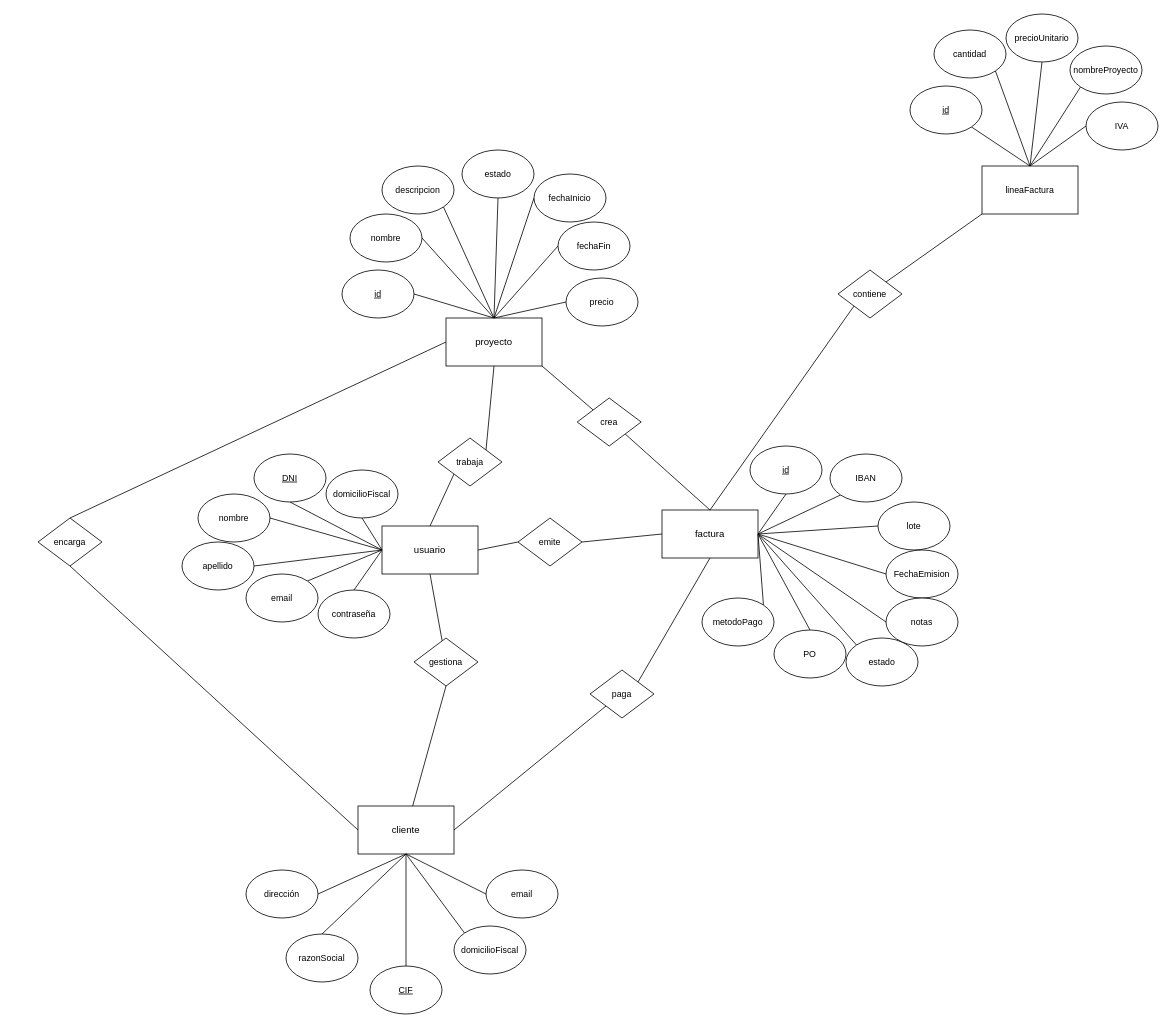
DesSussu/CRUD keeps this draw.io diagram as Diagrama sin título.drawio. Above is the earlier version. Source tidied: cells renumbered, new cells numbered last; positions are measured from the earlier drawing's top-left corner, leaving out a move shared by most shapes. Both pictures are drawn from the tidied source at 80%, with x=0, y=0 at pixel (38, 14).
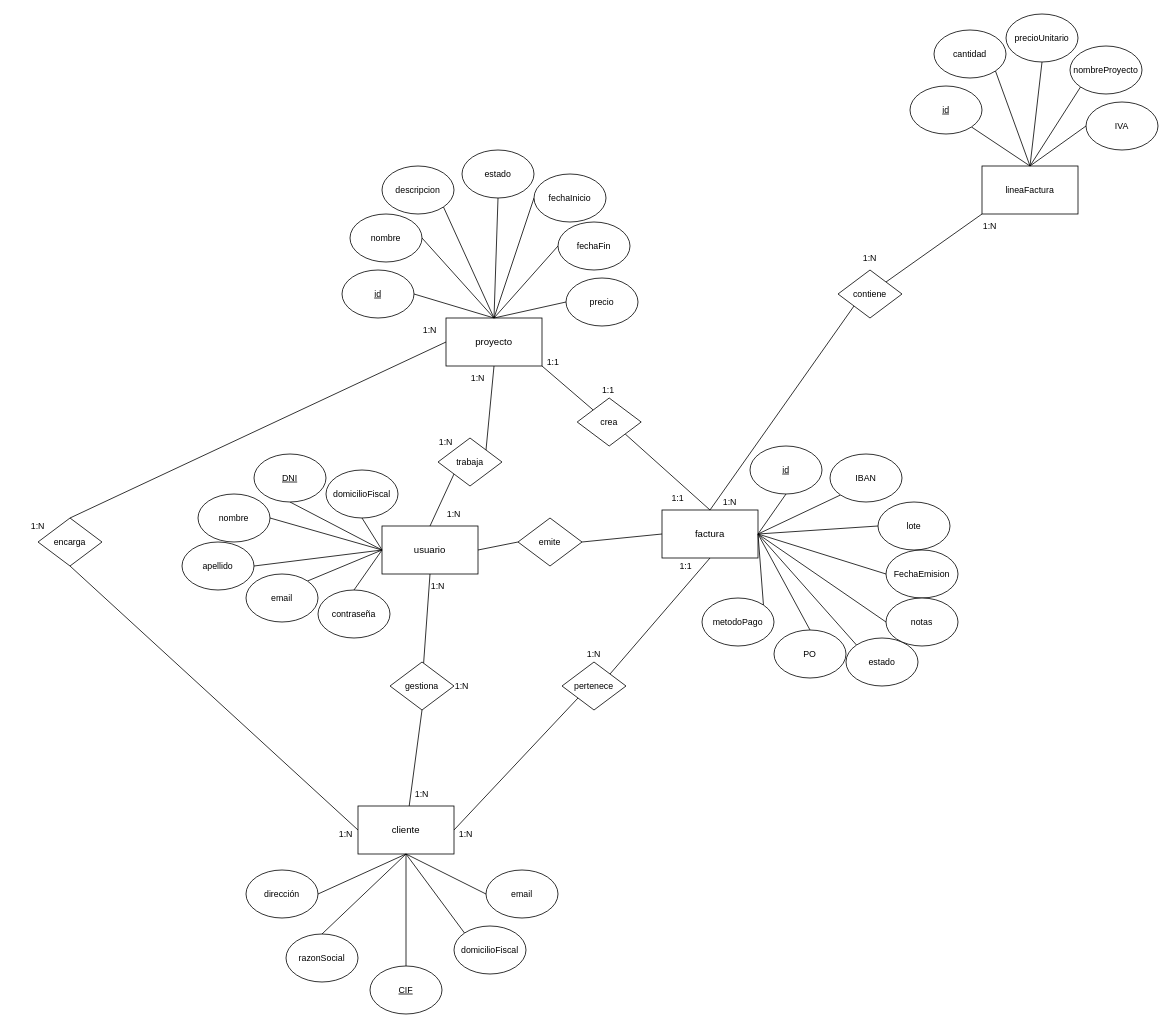
The same diagram, later.

Diff of the diagram source:
```diff
@@
     <mxCell id="17" value="gestiona" style="rhombus;whiteSpace=wrap;html=1;fontFamily=Helvetica;fontSize=11;fontColor=default;labelBackgroundColor=default;" parent="1" vertex="1">
-      <mxGeometry x="470" y="780" width="80" height="60" as="geometry" />
+      <mxGeometry x="440" y="810" width="80" height="60" as="geometry" />
     </mxCell>
@@
-    <mxCell id="26" value="paga" style="rhombus;whiteSpace=wrap;html=1;fontFamily=Helvetica;fontSize=11;fontColor=default;labelBackgroundColor=default;" parent="1" vertex="1">
-      <mxGeometry x="690" y="820" width="80" height="60" as="geometry" />
+    <mxCell id="26" value="pertenece" style="rhombus;whiteSpace=wrap;html=1;fontFamily=Helvetica;fontSize=11;fontColor=default;labelBackgroundColor=default;" parent="1" vertex="1">
+      <mxGeometry x="655" y="810" width="80" height="60" as="geometry" />
     </mxCell>
@@
+    <mxCell id="90" value="1:N" style="text;html=1;align=center;verticalAlign=middle;whiteSpace=wrap;rounded=0;fontFamily=Helvetica;fontSize=11;fontColor=default;labelBackgroundColor=default;" parent="1" vertex="1">
+      <mxGeometry x="490" y="610" width="60" height="30" as="geometry" />
+    </mxCell>
+    <mxCell id="91" value="1:N" style="text;html=1;align=center;verticalAlign=middle;whiteSpace=wrap;rounded=0;fontFamily=Helvetica;fontSize=11;fontColor=default;labelBackgroundColor=default;" parent="1" vertex="1">
+      <mxGeometry x="505" y="1010" width="60" height="30" as="geometry" />
+    </mxCell>
+    <mxCell id="92" value="1:1" style="text;html=1;align=center;verticalAlign=middle;whiteSpace=wrap;rounded=0;fontFamily=Helvetica;fontSize=11;fontColor=default;labelBackgroundColor=default;" parent="1" vertex="1">
+      <mxGeometry x="780" y="675" width="60" height="30" as="geometry" />
+    </mxCell>
+    <mxCell id="93" value="1:N" style="text;html=1;align=center;verticalAlign=middle;whiteSpace=wrap;rounded=0;fontFamily=Helvetica;fontSize=11;fontColor=default;labelBackgroundColor=default;" parent="1" vertex="1">
+      <mxGeometry x="665" y="785" width="60" height="30" as="geometry" />
+    </mxCell>
+    <mxCell id="94" value="1:N" style="text;html=1;align=center;verticalAlign=middle;whiteSpace=wrap;rounded=0;fontFamily=Helvetica;fontSize=11;fontColor=default;labelBackgroundColor=default;" parent="1" vertex="1">
+      <mxGeometry x="520" y="440" width="60" height="30" as="geometry" />
+    </mxCell>
+    <mxCell id="95" value="1:N" style="text;html=1;align=center;verticalAlign=middle;whiteSpace=wrap;rounded=0;fontFamily=Helvetica;fontSize=11;fontColor=default;labelBackgroundColor=default;" parent="1" vertex="1">
+      <mxGeometry x="480" y="520" width="60" height="30" as="geometry" />
+    </mxCell>
+    <mxCell id="96" style="edgeStyle=none;shape=connector;rounded=0;orthogonalLoop=1;jettySize=auto;html=1;exitX=0.75;exitY=1;exitDx=0;exitDy=0;strokeColor=default;align=center;verticalAlign=middle;fontFamily=Helvetica;fontSize=11;fontColor=default;labelBackgroundColor=default;startFill=0;endArrow=none;" parent="1" edge="1" source="94" target="94">
+      <mxGeometry relative="1" as="geometry" />
+    </mxCell>
+    <mxCell id="97" value="1:1" style="text;html=1;align=center;verticalAlign=middle;whiteSpace=wrap;rounded=0;fontFamily=Helvetica;fontSize=11;fontColor=default;labelBackgroundColor=default;" parent="1" vertex="1">
+      <mxGeometry x="770" y="590" width="60" height="30" as="geometry" />
+    </mxCell>
+    <mxCell id="98" value="1:1" style="text;html=1;align=center;verticalAlign=middle;whiteSpace=wrap;rounded=0;fontFamily=Helvetica;fontSize=11;fontColor=default;labelBackgroundColor=default;" parent="1" vertex="1">
+      <mxGeometry x="614" y="420" width="60" height="30" as="geometry" />
+    </mxCell>
+    <mxCell id="99" value="1:1" style="text;html=1;align=center;verticalAlign=middle;whiteSpace=wrap;rounded=0;fontFamily=Helvetica;fontSize=11;fontColor=default;labelBackgroundColor=default;" parent="1" vertex="1">
+      <mxGeometry x="683" y="455" width="60" height="30" as="geometry" />
+    </mxCell>
+    <mxCell id="100" value="1:N" style="text;html=1;align=center;verticalAlign=middle;whiteSpace=wrap;rounded=0;fontFamily=Helvetica;fontSize=11;fontColor=default;labelBackgroundColor=default;" parent="1" vertex="1">
+      <mxGeometry x="835" y="595" width="60" height="30" as="geometry" />
+    </mxCell>
+    <mxCell id="101" value="1:N" style="text;html=1;align=center;verticalAlign=middle;whiteSpace=wrap;rounded=0;fontFamily=Helvetica;fontSize=11;fontColor=default;labelBackgroundColor=default;" parent="1" vertex="1">
+      <mxGeometry x="1160" y="250" width="60" height="30" as="geometry" />
+    </mxCell>
+    <mxCell id="102" value="1:N" style="text;html=1;align=center;verticalAlign=middle;whiteSpace=wrap;rounded=0;fontFamily=Helvetica;fontSize=11;fontColor=default;labelBackgroundColor=default;" parent="1" vertex="1">
+      <mxGeometry x="1010" y="290" width="60" height="30" as="geometry" />
+    </mxCell>
+    <mxCell id="103" value="1:N" style="text;html=1;align=center;verticalAlign=middle;whiteSpace=wrap;rounded=0;fontFamily=Helvetica;fontSize=11;fontColor=default;labelBackgroundColor=default;" parent="1" vertex="1">
+      <mxGeometry x="470" y="700" width="60" height="30" as="geometry" />
+    </mxCell>
+    <mxCell id="104" value="1:N" style="text;html=1;align=center;verticalAlign=middle;whiteSpace=wrap;rounded=0;fontFamily=Helvetica;fontSize=11;fontColor=default;labelBackgroundColor=default;" parent="1" vertex="1">
+      <mxGeometry x="450" y="960" width="60" height="30" as="geometry" />
+    </mxCell>
+    <mxCell id="105" value="1:N" style="text;html=1;align=center;verticalAlign=middle;whiteSpace=wrap;rounded=0;fontFamily=Helvetica;fontSize=11;fontColor=default;labelBackgroundColor=default;" parent="1" vertex="1">
+      <mxGeometry x="500" y="825" width="60" height="30" as="geometry" />
+    </mxCell>
+    <mxCell id="106" value="1:N" style="text;html=1;align=center;verticalAlign=middle;whiteSpace=wrap;rounded=0;fontFamily=Helvetica;fontSize=11;fontColor=default;labelBackgroundColor=default;" parent="1" vertex="1">
+      <mxGeometry x="355" y="1010" width="60" height="30" as="geometry" />
+    </mxCell>
+    <mxCell id="107" value="1:N" style="text;html=1;align=center;verticalAlign=middle;whiteSpace=wrap;rounded=0;fontFamily=Helvetica;fontSize=11;fontColor=default;labelBackgroundColor=default;" parent="1" vertex="1">
+      <mxGeometry x="460" y="380" width="60" height="30" as="geometry" />
+    </mxCell>
+    <mxCell id="108" value="1:N" style="text;html=1;align=center;verticalAlign=middle;whiteSpace=wrap;rounded=0;fontFamily=Helvetica;fontSize=11;fontColor=default;labelBackgroundColor=default;" parent="1" vertex="1">
+      <mxGeometry x="-30" y="625" width="60" height="30" as="geometry" />
+    </mxCell>
```
